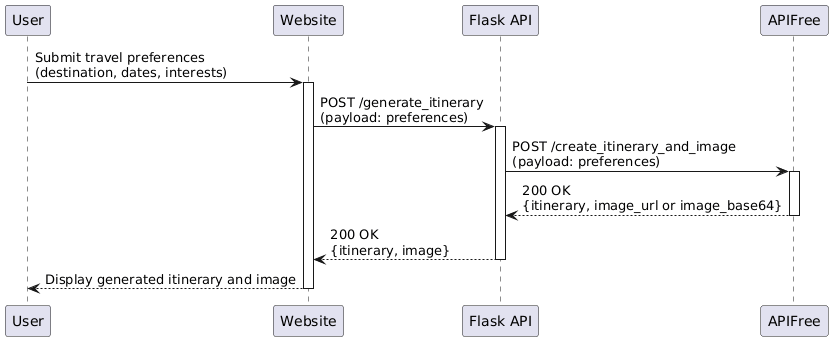
EasonYang0618/travel-planner-generator keeps this PlantUML diagram as Task2/uml/sequence_diagram.png. Above is the earlier version.
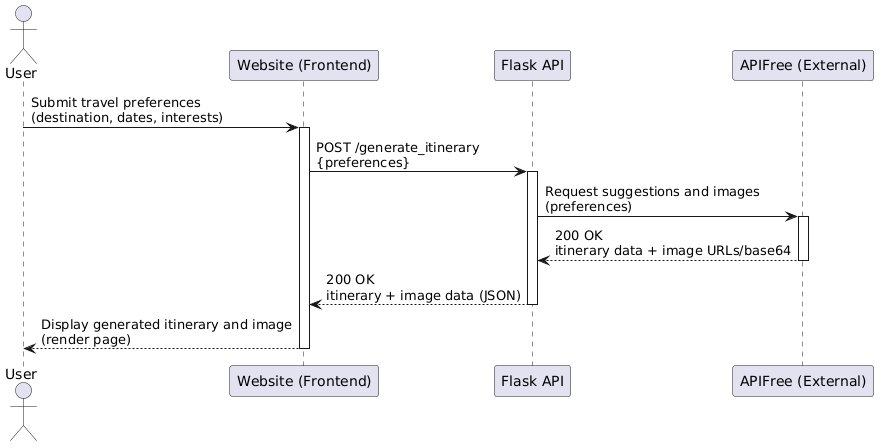
After the commit.

The edit, as a diff of the source:
```diff
@@ -1,24 +1,24 @@
 @startuml
-participant User
-participant Website
-participant "Flask API" as API
-participant "APIFree" as APIFree
+actor User
+participant "Website (Frontend)" as Website
+participant "Flask API" as Flask
+participant "APIFree (External)" as APIFree
 
 User -> Website: Submit travel preferences\n(destination, dates, interests)
 activate Website
 
-Website -> API: POST /generate_itinerary\n(payload: preferences)
-activate API
+Website -> Flask: POST /generate_itinerary\n{preferences}
+activate Flask
 
-API -> APIFree: POST /create_itinerary_and_image\n(payload: preferences)
+Flask -> APIFree: Request suggestions and images\n(preferences)
 activate APIFree
 
-APIFree --> API: 200 OK\n{itinerary, image_url or image_base64}
+APIFree --> Flask: 200 OK\nitinerary data + image URLs/base64
 deactivate APIFree
 
-API --> Website: 200 OK\n{itinerary, image}
-deactivate API
+Flask --> Website: 200 OK\nitinerary + image data (JSON)
+deactivate Flask
 
-Website --> User: Display generated itinerary and image
+Website --> User: Display generated itinerary and image\n(render page)
 deactivate Website
 @enduml
```
